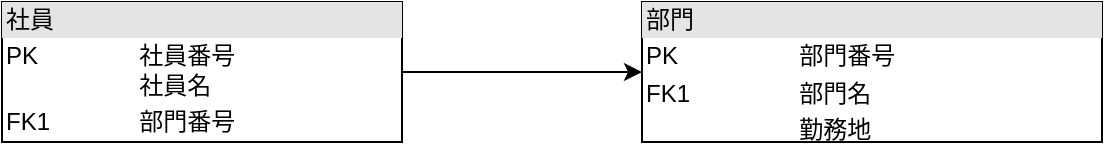
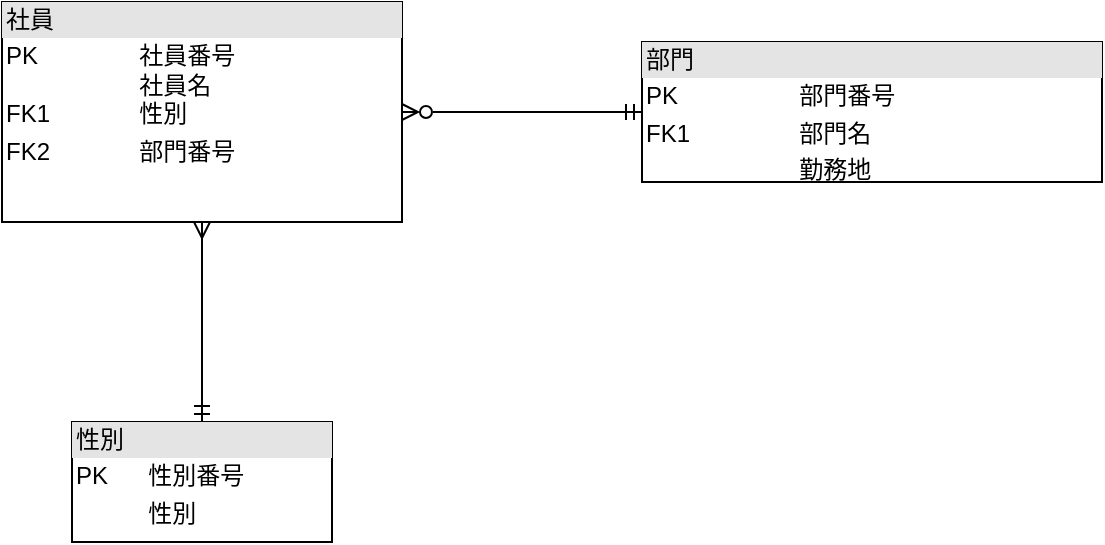
<mxfile host="65bd71144e">
    <diagram id="aHWPeN6R_muNe1XyTK9s" name="ページ1">
-         <mxGraphModel dx="746" dy="258" grid="1" gridSize="10" guides="1" tooltips="1" connect="1" arrows="1" fold="1" page="1" pageScale="1" pageWidth="827" pageHeight="1169" math="0" shadow="0">
+         <mxGraphModel dx="558" dy="524" grid="1" gridSize="10" guides="1" tooltips="1" connect="1" arrows="1" fold="1" page="1" pageScale="1" pageWidth="827" pageHeight="1169" math="0" shadow="0">
            <root>
                <mxCell id="0"/>
                <mxCell id="1" parent="0"/>
-                 <mxCell id="15" style="edgeStyle=none;html=1;exitX=1;exitY=0.5;exitDx=0;exitDy=0;entryX=0;entryY=0.5;entryDx=0;entryDy=0;" edge="1" parent="1" source="13" target="14">
+                 <mxCell id="15" style="edgeStyle=none;html=1;exitX=1;exitY=0.5;exitDx=0;exitDy=0;entryX=0;entryY=0.5;entryDx=0;entryDy=0;startArrow=ERzeroToMany;startFill=0;endArrow=ERmandOne;endFill=0;" parent="1" source="13" target="14" edge="1">
                    <mxGeometry relative="1" as="geometry"/>
                </mxCell>
-                 <mxCell id="13" value="&lt;div style=&quot;box-sizing: border-box; width: 100%; background: rgb(228, 228, 228); padding: 2px;&quot;&gt;社員&lt;/div&gt;&lt;table style=&quot;width:100%;font-size:1em;&quot; cellpadding=&quot;2&quot; cellspacing=&quot;0&quot;&gt;&lt;tbody&gt;&lt;tr&gt;&lt;td&gt;PK&lt;br&gt;&lt;br&gt;&lt;/td&gt;&lt;td&gt;社員番号&lt;br&gt;社員名&lt;/td&gt;&lt;/tr&gt;&lt;tr&gt;&lt;td&gt;FK1&lt;/td&gt;&lt;td&gt;部門番号&lt;br&gt;&lt;/td&gt;&lt;/tr&gt;&lt;tr&gt;&lt;td&gt;&lt;/td&gt;&lt;td&gt;&lt;br&gt;&lt;/td&gt;&lt;/tr&gt;&lt;/tbody&gt;&lt;/table&gt;" style="verticalAlign=top;align=left;overflow=fill;html=1;whiteSpace=wrap;" parent="1" vertex="1">
-                     <mxGeometry x="60" y="150" width="200" height="70" as="geometry"/>
+                 <mxCell id="19" value="" style="edgeStyle=none;html=1;endArrow=ERmandOne;endFill=0;startArrow=ERmany;startFill=0;" edge="1" parent="1" source="13" target="18">
+                     <mxGeometry relative="1" as="geometry"/>
+                 </mxCell>
+                 <mxCell id="13" value="&lt;div style=&quot;box-sizing: border-box; width: 100%; background: rgb(228, 228, 228); padding: 2px;&quot;&gt;社員&lt;/div&gt;&lt;table style=&quot;width:100%;font-size:1em;&quot; cellpadding=&quot;2&quot; cellspacing=&quot;0&quot;&gt;&lt;tbody&gt;&lt;tr&gt;&lt;td&gt;PK&lt;br&gt;&lt;br&gt;FK1&lt;/td&gt;&lt;td&gt;社員番号&lt;br&gt;社員名&lt;br&gt;性別&lt;/td&gt;&lt;/tr&gt;&lt;tr&gt;&lt;td&gt;FK2&lt;/td&gt;&lt;td&gt;部門番号&lt;br&gt;&lt;/td&gt;&lt;/tr&gt;&lt;tr&gt;&lt;td&gt;&lt;/td&gt;&lt;td&gt;&lt;br&gt;&lt;/td&gt;&lt;/tr&gt;&lt;/tbody&gt;&lt;/table&gt;" style="verticalAlign=top;align=left;overflow=fill;html=1;whiteSpace=wrap;" parent="1" vertex="1">
+                     <mxGeometry x="60" y="130" width="200" height="110" as="geometry"/>
                </mxCell>
                <mxCell id="14" value="&lt;div style=&quot;box-sizing: border-box; width: 100%; background: rgb(228, 228, 228); padding: 2px;&quot;&gt;部門&lt;/div&gt;&lt;table style=&quot;width:100%;font-size:1em;&quot; cellpadding=&quot;2&quot; cellspacing=&quot;0&quot;&gt;&lt;tbody&gt;&lt;tr&gt;&lt;td&gt;PK&lt;/td&gt;&lt;td&gt;部門番号&lt;/td&gt;&lt;/tr&gt;&lt;tr&gt;&lt;td&gt;FK1&lt;/td&gt;&lt;td&gt;部門名&lt;/td&gt;&lt;/tr&gt;&lt;tr&gt;&lt;td&gt;&lt;/td&gt;&lt;td&gt;勤務地&lt;/td&gt;&lt;/tr&gt;&lt;/tbody&gt;&lt;/table&gt;" style="verticalAlign=top;align=left;overflow=fill;html=1;whiteSpace=wrap;" parent="1" vertex="1">
                    <mxGeometry x="380" y="150" width="230" height="70" as="geometry"/>
+                 </mxCell>
+                 <mxCell id="18" value="&lt;div style=&quot;box-sizing: border-box; width: 100%; background: rgb(228, 228, 228); padding: 2px;&quot;&gt;性別&lt;/div&gt;&lt;table style=&quot;width:100%;font-size:1em;&quot; cellpadding=&quot;2&quot; cellspacing=&quot;0&quot;&gt;&lt;tbody&gt;&lt;tr&gt;&lt;td&gt;PK&lt;/td&gt;&lt;td&gt;性別番号&lt;/td&gt;&lt;/tr&gt;&lt;tr&gt;&lt;td&gt;&lt;br&gt;&lt;/td&gt;&lt;td&gt;性別&lt;/td&gt;&lt;/tr&gt;&lt;tr&gt;&lt;td&gt;&lt;/td&gt;&lt;td&gt;&lt;br&gt;&lt;/td&gt;&lt;/tr&gt;&lt;/tbody&gt;&lt;/table&gt;" style="verticalAlign=top;align=left;overflow=fill;html=1;whiteSpace=wrap;" vertex="1" parent="1">
+                     <mxGeometry x="95" y="340" width="130" height="60" as="geometry"/>
                </mxCell>
            </root>
        </mxGraphModel>
    </diagram>
</mxfile>